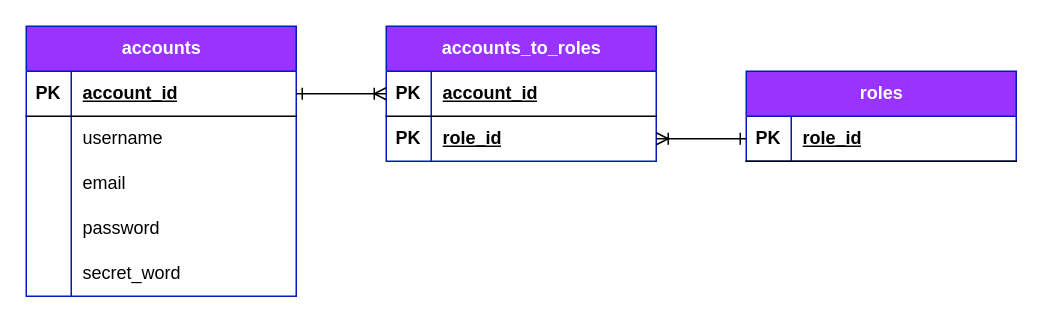
Yantar-f/RedNet-account-service keeps this draw.io diagram as account-service-db.drawio. Above is the earlier version. Source tidied: cells renumbered, new cells numbered last; positions are measured from the earlier drawing's top-left corner, leaving out a move shared by most shapes. Both pictures are drawn from the tidied source at 150%, with x=0, y=0 at pixel (26, 26).
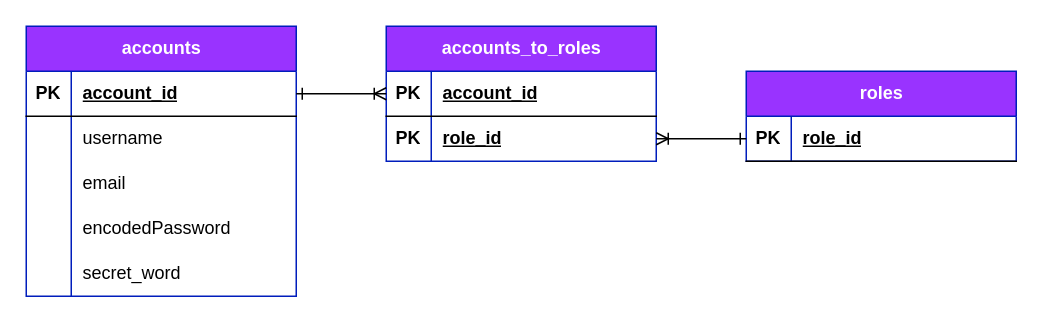
After the change.

Unchanged cells that the change refers to:
```xml
<mxCell id="12" style="shape=tableRow;horizontal=0;startSize=0;swimlaneHead=0;swimlaneBody=0;fillColor=none;top=0;left=0;right=0;bottom=0;" parent="2" vertex="1">
  <mxGeometry y="120" width="180" height="30" as="geometry" />
</mxCell>
```

The edit, as a diff of the source:
```diff
@@
-    <mxCell id="14" value="password" style="shape=partialRectangle;fillColor=none;top=0;left=0;bottom=0;right=0;align=left;spacingLeft=6;overflow=hidden;whiteSpace=wrap;html=1;" parent="12" vertex="1">
+    <mxCell id="14" value="encodedPassword" style="shape=partialRectangle;fillColor=none;top=0;left=0;bottom=0;right=0;align=left;spacingLeft=6;overflow=hidden;whiteSpace=wrap;html=1;" parent="12" vertex="1">
       <mxGeometry x="30" width="150" height="30" as="geometry" />
     </mxCell>
```
